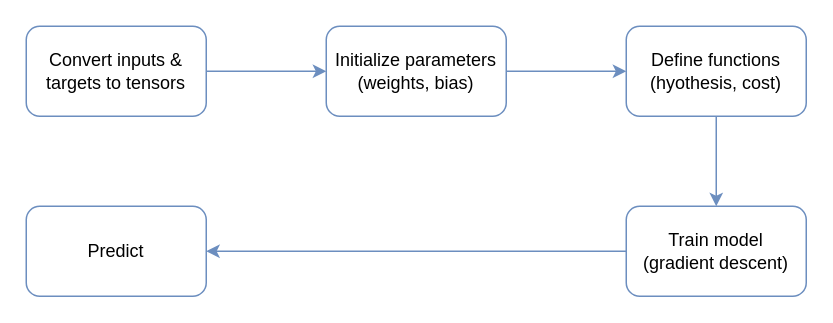
This is page "from scratch" (1 of 2) of images/linear_regression.drawio from vuanhtuan1012/deep-learning-with-pytorch, a draw.io file, before an edit. Source tidied: cells renumbered, new cells numbered last; positions are measured from the earlier drawing's top-left corner, leaving out a move shared by most shapes. Both pictures are drawn from the tidied source at 150%, with x=0, y=0 at pixel (26, 26).
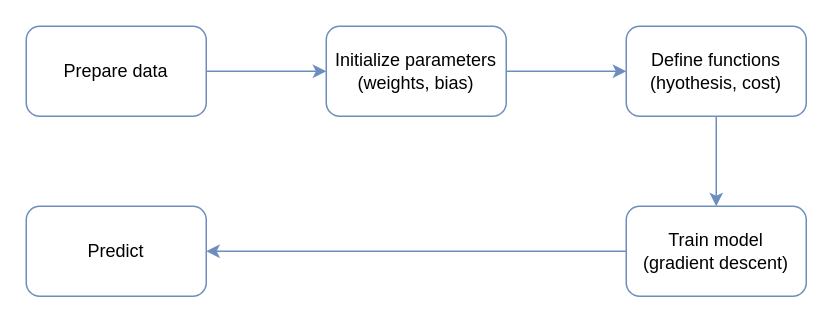
After the change.

Diff of the diagram source:
```diff
@@
 <mxGraphModel>
   <root>
     <mxCell id="0" />
     <mxCell id="1" parent="0" />
     <mxCell id="2" style="edgeStyle=orthogonalEdgeStyle;rounded=0;jettySize=auto;html=1;fillColor=#dae8fc;strokeColor=#6c8ebf;" parent="1" edge="1" source="3" target="5">
       <mxGeometry relative="1" as="geometry" />
     </mxCell>
-    <mxCell id="3" value="Convert inputs &amp;amp; targets to tensors" style="rounded=1;whiteSpace=wrap;html=1;strokeColor=#6c8ebf;fillColor=none;" parent="1" vertex="1">
+    <mxCell id="3" value="Prepare data" style="rounded=1;whiteSpace=wrap;html=1;strokeColor=#6c8ebf;fillColor=none;" parent="1" vertex="1">
       <mxGeometry width="120" height="60" as="geometry" />
     </mxCell>
     <mxCell id="4" style="edgeStyle=orthogonalEdgeStyle;rounded=0;jettySize=auto;html=1;fillColor=#dae8fc;strokeColor=#6c8ebf;" parent="1" edge="1" source="5" target="7">
       <mxGeometry relative="1" as="geometry" />
     </mxCell>
     <mxCell id="5" value="Initialize parameters (weights, bias)" style="rounded=1;whiteSpace=wrap;html=1;strokeColor=#6c8ebf;fillColor=none;" parent="1" vertex="1">
       <mxGeometry x="200" width="120" height="60" as="geometry" />
     </mxCell>
     <mxCell id="6" style="edgeStyle=orthogonalEdgeStyle;rounded=0;jettySize=auto;html=1;fillColor=#dae8fc;strokeColor=#6c8ebf;" parent="1" edge="1" source="7" target="9">
       <mxGeometry relative="1" as="geometry" />
     </mxCell>
     <mxCell id="7" value="Define functions (hyothesis, cost)" style="rounded=1;whiteSpace=wrap;html=1;strokeColor=#6c8ebf;fillColor=none;" parent="1" vertex="1">
       <mxGeometry x="400" width="120" height="60" as="geometry" />
     </mxCell>
     <mxCell id="8" style="edgeStyle=orthogonalEdgeStyle;rounded=0;jettySize=auto;html=1;fillColor=#dae8fc;strokeColor=#6c8ebf;" parent="1" edge="1" source="9" target="10">
       <mxGeometry relative="1" as="geometry" />
     </mxCell>
     <mxCell id="9" value="Train model&lt;br&gt;(gradient descent)" style="rounded=1;whiteSpace=wrap;html=1;strokeColor=#6c8ebf;fillColor=none;" parent="1" vertex="1">
       <mxGeometry x="400" y="120" width="120" height="60" as="geometry" />
     </mxCell>
     <mxCell id="10" value="Predict" style="rounded=1;whiteSpace=wrap;html=1;strokeColor=#6c8ebf;fillColor=none;" parent="1" vertex="1">
       <mxGeometry y="120" width="120" height="60" as="geometry" />
     </mxCell>
   </root>
 </mxGraphModel>
```
